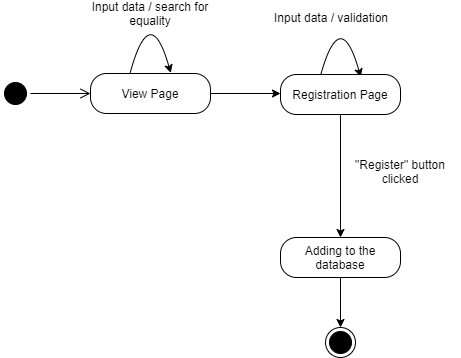
Earlier version of the draw.io export Diagrams/StateDiagrams/AddingPersonStateDiagram.png (EfimSirotkin/SchoolStaffManager). Source tidied: cells renumbered, new cells last; positions are measured from the earlier drawing's top-left corner, leaving out a move shared by most shapes.
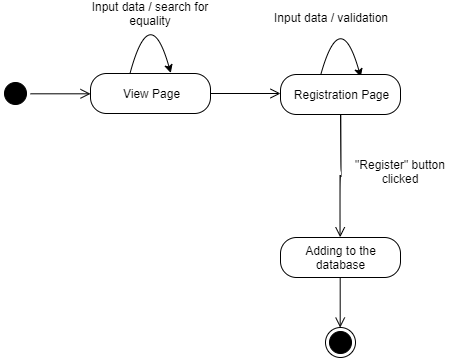
After the change.

Commit message:
fixed state diagrams

Change to the diagram source:
```diff
@@ -26,12 +26,12 @@
     <mxCell id="7" style="edgeStyle=orthogonalEdgeStyle;html=1;verticalAlign=bottom;endArrow=open;endSize=8;strokeColor=#000000;fillColor=#000000;exitX=1;exitY=0.5;exitDx=0;exitDy=0;entryX=0;entryY=0.5;entryDx=0;entryDy=0;" parent="1" edge="1" source="2" target="4">
       <mxGeometry relative="1" as="geometry" />
     </mxCell>
-    <mxCell id="8" style="endArrow=classic;html=1;strokeColor=#000000;fillColor=#000000;exitX=1;exitY=0.5;exitDx=0;exitDy=0;entryX=0;entryY=0.5;entryDx=0;entryDy=0;" parent="1" edge="1" source="4">
+    <mxCell id="8" style="endArrow=open;html=1;strokeColor=#000000;fillColor=#000000;exitX=1;exitY=0.5;exitDx=0;exitDy=0;entryX=0;entryY=0.5;entryDx=0;entryDy=0;endFill=0;endSize=8;" parent="1" edge="1" source="4">
       <mxGeometry relative="1" as="geometry">
         <mxPoint x="280" y="94" as="targetPoint" />
       </mxGeometry>
     </mxCell>
-    <mxCell id="9" style="edgeStyle=orthogonalEdgeStyle;curved=1;jettySize=auto;html=1;exitX=0.5;exitY=1;exitDx=0;exitDy=0;entryX=0.5;entryY=0;entryDx=0;entryDy=0;strokeColor=#000000;fillColor=#000000;" parent="1" edge="1" target="13">
+    <mxCell id="9" style="edgeStyle=orthogonalEdgeStyle;curved=1;jettySize=auto;html=1;exitX=0.5;exitY=1;exitDx=0;exitDy=0;entryX=0.5;entryY=0;entryDx=0;entryDy=0;strokeColor=#000000;fillColor=#000000;endArrow=open;endFill=0;endSize=8;" parent="1" edge="1" target="13">
       <mxGeometry relative="1" as="geometry">
         <mxPoint x="340" y="114" as="sourcePoint" />
       </mxGeometry>
@@ -48,7 +48,7 @@
         </Array>
       </mxGeometry>
     </mxCell>
-    <mxCell id="12" style="edgeStyle=orthogonalEdgeStyle;curved=1;jettySize=auto;html=1;exitX=0.5;exitY=1;exitDx=0;exitDy=0;entryX=0.5;entryY=0;entryDx=0;entryDy=0;strokeColor=#000000;fillColor=#000000;" parent="1" edge="1" source="13" target="3">
+    <mxCell id="12" style="edgeStyle=orthogonalEdgeStyle;curved=1;jettySize=auto;html=1;exitX=0.5;exitY=1;exitDx=0;exitDy=0;entryX=0.5;entryY=0;entryDx=0;entryDy=0;strokeColor=#000000;fillColor=#000000;endArrow=open;endFill=0;endSize=8;" parent="1" edge="1" source="13" target="3">
       <mxGeometry relative="1" as="geometry" />
     </mxCell>
     <mxCell id="13" value="Adding to the database" style="rounded=1;whiteSpace=wrap;html=1;arcSize=40;fontColor=#000000;fillColor=#FFFFFF;strokeColor=#000000;shadow=0;" parent="1" vertex="1">
```
